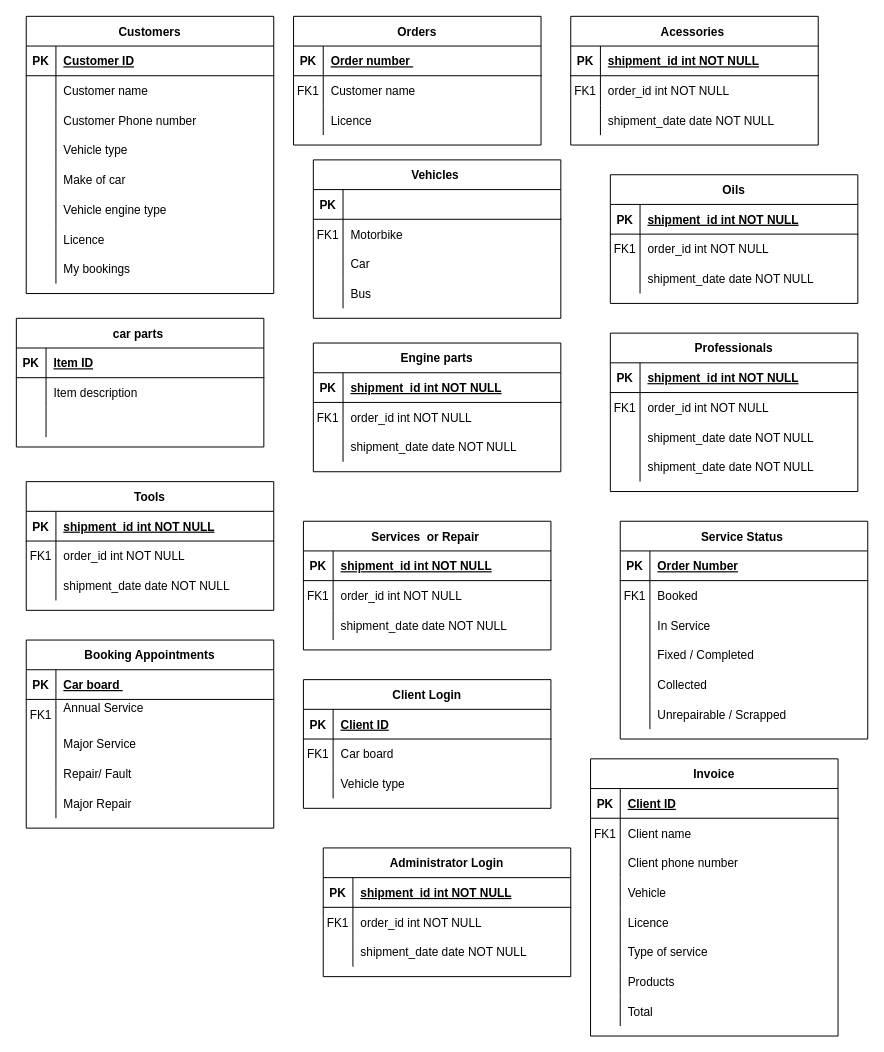
This is Untitled Diagram.drawio from PriFlores/Garage-Database-design-, a draw.io file, before an edit. Source tidied: cells renumbered, new cells numbered last; positions are measured from the earlier drawing's top-left corner, leaving out a move shared by most shapes. Both pictures are drawn from the tidied source at 99%, with x=0, y=0 at pixel (16, 16).
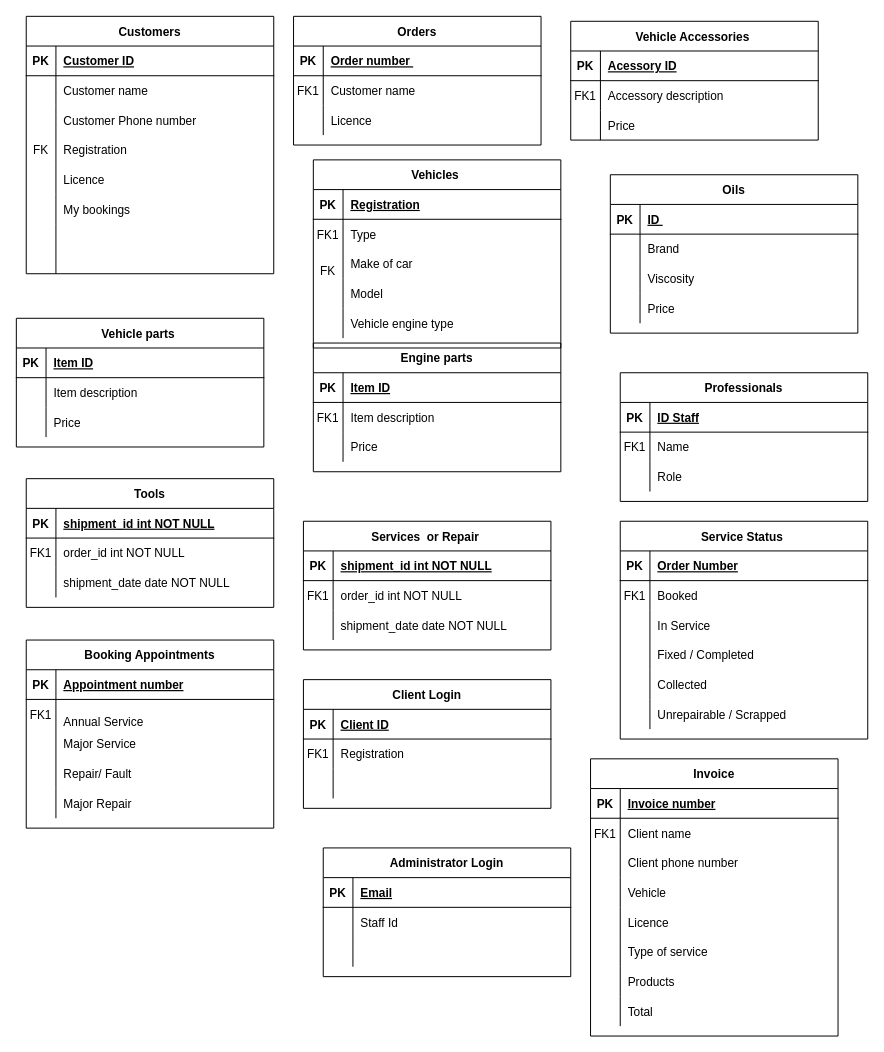
Above is the later version.

The change refers to these unchanged cells:
```xml
<mxCell id="19" style="shape=partialRectangle;fillColor=none;top=0;left=0;right=0;bottom=0;" parent="12" vertex="1">
<mxCell id="32" style="shape=partialRectangle;fillColor=none;top=0;left=0;right=0;bottom=0;" parent="22" vertex="1">
<mxCell id="35" style="shape=partialRectangle;fillColor=none;top=0;left=0;right=0;bottom=0;" parent="22" vertex="1">
<mxCell id="38" style="shape=partialRectangle;fillColor=none;top=0;left=0;right=0;bottom=0;" parent="22" vertex="1">
<mxCell id="41" style="shape=partialRectangle;fillColor=none;top=0;left=0;right=0;bottom=0;" parent="22" vertex="1">
<mxCell id="48" style="shape=partialRectangle;fillColor=none;top=0;left=0;right=0;bottom=1;" parent="47" vertex="1">
<mxCell id="51" style="shape=partialRectangle;fillColor=none;top=0;left=0;right=0;bottom=0;" parent="47" vertex="1">
<mxCell id="54" style="shape=partialRectangle;fillColor=none;top=0;left=0;right=0;bottom=0;" parent="47" vertex="1">
<mxCell id="68" style="shape=partialRectangle;fillColor=none;top=0;left=0;right=0;bottom=1;" parent="67" vertex="1">
<mxCell id="71" style="shape=partialRectangle;fillColor=none;top=0;left=0;right=0;bottom=0;" parent="67" vertex="1">
<mxCell id="74" style="shape=partialRectangle;fillColor=none;top=0;left=0;right=0;bottom=0;" parent="67" vertex="1">
<mxCell id="78" style="shape=partialRectangle;fillColor=none;top=0;left=0;right=0;bottom=1;" parent="77" vertex="1">
<mxCell id="81" style="shape=partialRectangle;fillColor=none;top=0;left=0;right=0;bottom=0;" parent="77" vertex="1">
<mxCell id="84" style="shape=partialRectangle;fillColor=none;top=0;left=0;right=0;bottom=0;" parent="77" vertex="1">
<mxCell id="98" style="shape=partialRectangle;fillColor=none;top=0;left=0;right=0;bottom=1;" parent="97" vertex="1">
<mxCell id="101" style="shape=partialRectangle;fillColor=none;top=0;left=0;right=0;bottom=0;" parent="97" vertex="1">
<mxCell id="104" style="shape=partialRectangle;fillColor=none;top=0;left=0;right=0;bottom=0;" parent="97" vertex="1">
<mxCell id="111" style="shape=partialRectangle;fillColor=none;top=0;left=0;right=0;bottom=1;" parent="110" vertex="1">
<mxCell id="114" style="shape=partialRectangle;fillColor=none;top=0;left=0;right=0;bottom=0;" parent="110" vertex="1">
<mxCell id="130" style="shape=partialRectangle;fillColor=none;top=0;left=0;right=0;bottom=0;" parent="126" vertex="1">
<mxCell id="133" style="shape=partialRectangle;fillColor=none;top=0;left=0;right=0;bottom=0;" parent="126" vertex="1">
<mxCell id="137" style="shape=partialRectangle;fillColor=none;top=0;left=0;right=0;bottom=1;" parent="136" vertex="1">
<mxCell id="140" style="shape=partialRectangle;fillColor=none;top=0;left=0;right=0;bottom=0;" parent="136" vertex="1">
<mxCell id="143" style="shape=partialRectangle;fillColor=none;top=0;left=0;right=0;bottom=0;" parent="136" vertex="1">
<mxCell id="147" style="shape=partialRectangle;fillColor=none;top=0;left=0;right=0;bottom=1;" parent="146" vertex="1">
<mxCell id="150" style="shape=partialRectangle;fillColor=none;top=0;left=0;right=0;bottom=0;" parent="146" vertex="1">
<mxCell id="153" style="shape=partialRectangle;fillColor=none;top=0;left=0;right=0;bottom=0;" parent="146" vertex="1">
<mxCell id="156" style="shape=partialRectangle;fillColor=none;top=0;left=0;right=0;bottom=0;" parent="146" vertex="1">
<mxCell id="179" style="shape=partialRectangle;fillColor=none;top=0;left=0;right=0;bottom=1;" parent="178" vertex="1">
```

The edit, as a diff of the source:
```diff
@@
-    <mxCell id="12" value="car parts " style="shape=table;startSize=30;childLayout=tableLayout;rowLines=0;fontStyle=1;align=center;" parent="1" vertex="1">
+    <mxCell id="12" value="Vehicle parts " style="shape=table;startSize=30;childLayout=tableLayout;rowLines=0;fontStyle=1;align=center;" parent="1" vertex="1">
       <mxGeometry y="305" width="250" height="130" as="geometry" />
     </mxCell>
@@
-    <mxCell id="21" style="shape=partialRectangle;overflow=hidden;fillColor=none;top=0;left=0;bottom=0;right=0;align=left;spacingLeft=6;" parent="19" vertex="1">
+    <mxCell id="21" value="Price" style="shape=partialRectangle;overflow=hidden;fillColor=none;top=0;left=0;bottom=0;right=0;align=left;spacingLeft=6;" parent="19" vertex="1">
       <mxGeometry x="30" width="220" height="30" as="geometry" />
     </mxCell>
     <mxCell id="22" value="Customers" style="shape=table;startSize=30;childLayout=tableLayout;rowLines=0;fontStyle=1;align=center;" parent="1" vertex="1">
-      <mxGeometry x="10" width="250" height="280" as="geometry" />
+      <mxGeometry x="10" width="250" height="260" as="geometry" />
     </mxCell>
@@
-    <mxCell id="33" style="shape=partialRectangle;overflow=hidden;fillColor=none;top=0;left=0;bottom=0;right=0;" parent="32" vertex="1">
+    <mxCell id="33" value="FK" style="shape=partialRectangle;overflow=hidden;fillColor=none;top=0;left=0;bottom=0;right=0;" parent="32" vertex="1">
       <mxGeometry width="30" height="30" as="geometry" />
     </mxCell>
-    <mxCell id="34" value="Vehicle type" style="shape=partialRectangle;overflow=hidden;fillColor=none;top=0;left=0;bottom=0;right=0;align=left;spacingLeft=6;" parent="32" vertex="1">
+    <mxCell id="34" value="Registration" style="shape=partialRectangle;overflow=hidden;fillColor=none;top=0;left=0;bottom=0;right=0;align=left;spacingLeft=6;" parent="32" vertex="1">
       <mxGeometry x="30" width="220" height="30" as="geometry" />
     </mxCell>
@@
-    <mxCell id="37" value="Make of car " style="shape=partialRectangle;overflow=hidden;fillColor=none;top=0;left=0;bottom=0;right=0;align=left;spacingLeft=6;" parent="35" vertex="1">
+    <mxCell id="37" value="Licence" style="shape=partialRectangle;overflow=hidden;fillColor=none;top=0;left=0;bottom=0;right=0;align=left;spacingLeft=6;" parent="35" vertex="1">
       <mxGeometry x="30" width="220" height="30" as="geometry" />
     </mxCell>
@@
-    <mxCell id="40" value="Vehicle engine type" style="shape=partialRectangle;overflow=hidden;fillColor=none;top=0;left=0;bottom=0;right=0;align=left;spacingLeft=6;" parent="38" vertex="1">
+    <mxCell id="40" value="My bookings " style="shape=partialRectangle;overflow=hidden;fillColor=none;top=0;left=0;bottom=0;right=0;align=left;spacingLeft=6;" parent="38" vertex="1">
       <mxGeometry x="30" width="220" height="30" as="geometry" />
     </mxCell>
@@
-    <mxCell id="43" value="Licence" style="shape=partialRectangle;overflow=hidden;fillColor=none;top=0;left=0;bottom=0;right=0;align=left;spacingLeft=6;" parent="41" vertex="1">
+    <mxCell id="43" style="shape=partialRectangle;overflow=hidden;fillColor=none;top=0;left=0;bottom=0;right=0;align=left;spacingLeft=6;" parent="41" vertex="1">
       <mxGeometry x="30" width="220" height="30" as="geometry" />
     </mxCell>
     <mxCell id="44" style="shape=partialRectangle;fillColor=none;top=0;left=0;right=0;bottom=0;" parent="22" vertex="1">
-      <mxGeometry y="240" width="250" height="30" as="geometry" />
+      <mxGeometry y="240" width="250" height="20" as="geometry" />
     </mxCell>
     <mxCell id="45" style="shape=partialRectangle;overflow=hidden;fillColor=none;top=0;left=0;bottom=0;right=0;" parent="44" vertex="1">
-      <mxGeometry width="30" height="30" as="geometry" />
+      <mxGeometry width="30" height="20" as="geometry" />
     </mxCell>
-    <mxCell id="46" value="My bookings " style="shape=partialRectangle;overflow=hidden;fillColor=none;top=0;left=0;bottom=0;right=0;align=left;spacingLeft=6;" parent="44" vertex="1">
-      <mxGeometry x="30" width="220" height="30" as="geometry" />
+    <mxCell id="46" style="shape=partialRectangle;overflow=hidden;fillColor=none;top=0;left=0;bottom=0;right=0;align=left;spacingLeft=6;" parent="44" vertex="1">
+      <mxGeometry x="30" width="220" height="20" as="geometry" />
     </mxCell>
-    <mxCell id="47" value="Acessories " style="shape=table;startSize=30;childLayout=tableLayout;rowLines=0;fontStyle=1;align=center;" parent="1" vertex="1">
-      <mxGeometry x="560" width="250" height="130" as="geometry" />
+    <mxCell id="47" value="Vehicle Accessories " style="shape=table;startSize=30;childLayout=tableLayout;rowLines=0;fontStyle=1;align=center;" parent="1" vertex="1">
+      <mxGeometry x="560" y="5" width="250" height="120" as="geometry" />
     </mxCell>
@@
-    <mxCell id="50" value="shipment_id int NOT NULL " style="shape=partialRectangle;overflow=hidden;fillColor=none;top=0;left=0;bottom=0;right=0;align=left;spacingLeft=6;fontStyle=5;" parent="48" vertex="1">
+    <mxCell id="50" value="Acessory ID" style="shape=partialRectangle;overflow=hidden;fillColor=none;top=0;left=0;bottom=0;right=0;align=left;spacingLeft=6;fontStyle=5;" parent="48" vertex="1">
       <mxGeometry x="30" width="220" height="30" as="geometry" />
     </mxCell>
@@
-    <mxCell id="53" value="order_id int NOT NULL" style="shape=partialRectangle;overflow=hidden;fillColor=none;top=0;left=0;bottom=0;right=0;align=left;spacingLeft=6;" parent="51" vertex="1">
+    <mxCell id="53" value="Accessory description" style="shape=partialRectangle;overflow=hidden;fillColor=none;top=0;left=0;bottom=0;right=0;align=left;spacingLeft=6;" parent="51" vertex="1">
       <mxGeometry x="30" width="220" height="30" as="geometry" />
     </mxCell>
@@
-    <mxCell id="56" value="shipment_date date NOT NULL" style="shape=partialRectangle;overflow=hidden;fillColor=none;top=0;left=0;bottom=0;right=0;align=left;spacingLeft=6;" parent="54" vertex="1">
+    <mxCell id="56" value="Price" style="shape=partialRectangle;overflow=hidden;fillColor=none;top=0;left=0;bottom=0;right=0;align=left;spacingLeft=6;" parent="54" vertex="1">
       <mxGeometry x="30" width="220" height="30" as="geometry" />
     </mxCell>
     <mxCell id="57" value="Tools" style="shape=table;startSize=30;childLayout=tableLayout;rowLines=0;fontStyle=1;align=center;" parent="1" vertex="1">
-      <mxGeometry x="10" y="470" width="250" height="130" as="geometry" />
+      <mxGeometry x="10" y="467" width="250" height="130" as="geometry" />
     </mxCell>
@@
     <mxCell id="67" value="Oils" style="shape=table;startSize=30;childLayout=tableLayout;rowLines=0;fontStyle=1;align=center;" parent="1" vertex="1">
-      <mxGeometry x="600" y="160" width="250" height="130" as="geometry" />
+      <mxGeometry x="600" y="160" width="250" height="160" as="geometry" />
     </mxCell>
@@
-    <mxCell id="70" value="shipment_id int NOT NULL " style="shape=partialRectangle;overflow=hidden;fillColor=none;top=0;left=0;bottom=0;right=0;align=left;spacingLeft=6;fontStyle=5;" parent="68" vertex="1">
+    <mxCell id="70" value="ID " style="shape=partialRectangle;overflow=hidden;fillColor=none;top=0;left=0;bottom=0;right=0;align=left;spacingLeft=6;fontStyle=5;" parent="68" vertex="1">
       <mxGeometry x="30" width="220" height="30" as="geometry" />
     </mxCell>
@@
-    <mxCell id="72" value="FK1" style="shape=partialRectangle;overflow=hidden;fillColor=none;top=0;left=0;bottom=0;right=0;" parent="71" vertex="1">
+    <mxCell id="72" style="shape=partialRectangle;overflow=hidden;fillColor=none;top=0;left=0;bottom=0;right=0;" parent="71" vertex="1">
       <mxGeometry width="30" height="30" as="geometry" />
     </mxCell>
-    <mxCell id="73" value="order_id int NOT NULL" style="shape=partialRectangle;overflow=hidden;fillColor=none;top=0;left=0;bottom=0;right=0;align=left;spacingLeft=6;" parent="71" vertex="1">
+    <mxCell id="73" value="Brand " style="shape=partialRectangle;overflow=hidden;fillColor=none;top=0;left=0;bottom=0;right=0;align=left;spacingLeft=6;" parent="71" vertex="1">
       <mxGeometry x="30" width="220" height="30" as="geometry" />
     </mxCell>
@@
-    <mxCell id="76" value="shipment_date date NOT NULL" style="shape=partialRectangle;overflow=hidden;fillColor=none;top=0;left=0;bottom=0;right=0;align=left;spacingLeft=6;" parent="74" vertex="1">
+    <mxCell id="76" value="Viscosity" style="shape=partialRectangle;overflow=hidden;fillColor=none;top=0;left=0;bottom=0;right=0;align=left;spacingLeft=6;" parent="74" vertex="1">
       <mxGeometry x="30" width="220" height="30" as="geometry" />
     </mxCell>
+    <mxCell id="107" style="shape=partialRectangle;fillColor=none;top=0;left=0;right=0;bottom=0;" parent="67" vertex="1">
+      <mxGeometry y="120" width="250" height="30" as="geometry" />
+    </mxCell>
+    <mxCell id="203" style="shape=partialRectangle;overflow=hidden;fillColor=none;top=0;left=0;bottom=0;right=0;" parent="107" vertex="1">
+      <mxGeometry width="30" height="30" as="geometry" />
+    </mxCell>
+    <mxCell id="204" value="Price" style="shape=partialRectangle;overflow=hidden;fillColor=none;top=0;left=0;bottom=0;right=0;align=left;spacingLeft=6;" parent="107" vertex="1">
+      <mxGeometry x="30" width="220" height="30" as="geometry" />
+    </mxCell>
@@
-    <mxCell id="80" value="shipment_id int NOT NULL " style="shape=partialRectangle;overflow=hidden;fillColor=none;top=0;left=0;bottom=0;right=0;align=left;spacingLeft=6;fontStyle=5;" parent="78" vertex="1">
+    <mxCell id="80" value="Item ID" style="shape=partialRectangle;overflow=hidden;fillColor=none;top=0;left=0;bottom=0;right=0;align=left;spacingLeft=6;fontStyle=5;" parent="78" vertex="1">
       <mxGeometry x="30" width="220" height="30" as="geometry" />
     </mxCell>
@@
-    <mxCell id="83" value="order_id int NOT NULL" style="shape=partialRectangle;overflow=hidden;fillColor=none;top=0;left=0;bottom=0;right=0;align=left;spacingLeft=6;" parent="81" vertex="1">
+    <mxCell id="83" value="Item description" style="shape=partialRectangle;overflow=hidden;fillColor=none;top=0;left=0;bottom=0;right=0;align=left;spacingLeft=6;" parent="81" vertex="1">
       <mxGeometry x="30" width="220" height="30" as="geometry" />
     </mxCell>
@@
-    <mxCell id="86" value="shipment_date date NOT NULL" style="shape=partialRectangle;overflow=hidden;fillColor=none;top=0;left=0;bottom=0;right=0;align=left;spacingLeft=6;" parent="84" vertex="1">
+    <mxCell id="86" value="Price" style="shape=partialRectangle;overflow=hidden;fillColor=none;top=0;left=0;bottom=0;right=0;align=left;spacingLeft=6;" parent="84" vertex="1">
       <mxGeometry x="30" width="220" height="30" as="geometry" />
     </mxCell>
@@
     <mxCell id="97" value="Professionals" style="shape=table;startSize=30;childLayout=tableLayout;rowLines=0;fontStyle=1;align=center;" parent="1" vertex="1">
-      <mxGeometry x="600" y="320" width="250" height="160" as="geometry" />
+      <mxGeometry x="610" y="360" width="250" height="130" as="geometry" />
     </mxCell>
@@
-    <mxCell id="100" value="shipment_id int NOT NULL " style="shape=partialRectangle;overflow=hidden;fillColor=none;top=0;left=0;bottom=0;right=0;align=left;spacingLeft=6;fontStyle=5;" parent="98" vertex="1">
+    <mxCell id="100" value="ID Staff" style="shape=partialRectangle;overflow=hidden;fillColor=none;top=0;left=0;bottom=0;right=0;align=left;spacingLeft=6;fontStyle=5;" parent="98" vertex="1">
       <mxGeometry x="30" width="220" height="30" as="geometry" />
     </mxCell>
@@
-    <mxCell id="103" value="order_id int NOT NULL" style="shape=partialRectangle;overflow=hidden;fillColor=none;top=0;left=0;bottom=0;right=0;align=left;spacingLeft=6;" parent="101" vertex="1">
+    <mxCell id="103" value="Name" style="shape=partialRectangle;overflow=hidden;fillColor=none;top=0;left=0;bottom=0;right=0;align=left;spacingLeft=6;" parent="101" vertex="1">
       <mxGeometry x="30" width="220" height="30" as="geometry" />
     </mxCell>
@@
-    <mxCell id="106" value="shipment_date date NOT NULL" style="shape=partialRectangle;overflow=hidden;fillColor=none;top=0;left=0;bottom=0;right=0;align=left;spacingLeft=6;" parent="104" vertex="1">
+    <mxCell id="106" value="Role" style="shape=partialRectangle;overflow=hidden;fillColor=none;top=0;left=0;bottom=0;right=0;align=left;spacingLeft=6;" parent="104" vertex="1">
       <mxGeometry x="30" width="220" height="30" as="geometry" />
     </mxCell>
-    <mxCell id="107" style="shape=partialRectangle;fillColor=none;top=0;left=0;right=0;bottom=0;" parent="97" vertex="1">
-      <mxGeometry y="120" width="250" height="30" as="geometry" />
-    </mxCell>
-    <mxCell id="108" style="shape=partialRectangle;overflow=hidden;fillColor=none;top=0;left=0;bottom=0;right=0;" parent="107" vertex="1">
-      <mxGeometry width="30" height="30" as="geometry" />
-    </mxCell>
-    <mxCell id="109" value="shipment_date date NOT NULL" style="shape=partialRectangle;overflow=hidden;fillColor=none;top=0;left=0;bottom=0;right=0;align=left;spacingLeft=6;" parent="107" vertex="1">
-      <mxGeometry x="30" width="220" height="30" as="geometry" />
-    </mxCell>
@@
-    <mxCell id="113" value="Car board " style="shape=partialRectangle;overflow=hidden;fillColor=none;top=0;left=0;bottom=0;right=0;align=left;spacingLeft=6;fontStyle=5;" parent="111" vertex="1">
+    <mxCell id="113" value="Appointment number" style="shape=partialRectangle;overflow=hidden;fillColor=none;top=0;left=0;bottom=0;right=0;align=left;spacingLeft=6;fontStyle=5;" parent="111" vertex="1">
       <mxGeometry x="30" width="220" height="30" as="geometry" />
     </mxCell>
@@
-    <mxCell id="116" value="Annual Service &#10;" style="shape=partialRectangle;overflow=hidden;fillColor=none;top=0;left=0;bottom=0;right=0;align=left;spacingLeft=6;" parent="114" vertex="1">
+    <mxCell id="116" value="&#10;Annual Service &#10;" style="shape=partialRectangle;overflow=hidden;fillColor=none;top=0;left=0;bottom=0;right=0;align=left;spacingLeft=6;" parent="114" vertex="1">
       <mxGeometry x="30" width="220" height="30" as="geometry" />
     </mxCell>
@@
-    <mxCell id="132" value="Car board " style="shape=partialRectangle;overflow=hidden;fillColor=none;top=0;left=0;bottom=0;right=0;align=left;spacingLeft=6;" parent="130" vertex="1">
+    <mxCell id="132" value="Registration" style="shape=partialRectangle;overflow=hidden;fillColor=none;top=0;left=0;bottom=0;right=0;align=left;spacingLeft=6;" parent="130" vertex="1">
       <mxGeometry x="30" width="220" height="30" as="geometry" />
     </mxCell>
@@
-    <mxCell id="135" value="Vehicle type" style="shape=partialRectangle;overflow=hidden;fillColor=none;top=0;left=0;bottom=0;right=0;align=left;spacingLeft=6;" parent="133" vertex="1">
+    <mxCell id="135" style="shape=partialRectangle;overflow=hidden;fillColor=none;top=0;left=0;bottom=0;right=0;align=left;spacingLeft=6;" parent="133" vertex="1">
       <mxGeometry x="30" width="220" height="30" as="geometry" />
     </mxCell>
@@
-    <mxCell id="139" value="shipment_id int NOT NULL " style="shape=partialRectangle;overflow=hidden;fillColor=none;top=0;left=0;bottom=0;right=0;align=left;spacingLeft=6;fontStyle=5;" parent="137" vertex="1">
+    <mxCell id="139" value="Email" style="shape=partialRectangle;overflow=hidden;fillColor=none;top=0;left=0;bottom=0;right=0;align=left;spacingLeft=6;fontStyle=5;" parent="137" vertex="1">
       <mxGeometry x="30" width="220" height="30" as="geometry" />
     </mxCell>
@@
-    <mxCell id="141" value="FK1" style="shape=partialRectangle;overflow=hidden;fillColor=none;top=0;left=0;bottom=0;right=0;" parent="140" vertex="1">
+    <mxCell id="141" style="shape=partialRectangle;overflow=hidden;fillColor=none;top=0;left=0;bottom=0;right=0;" parent="140" vertex="1">
       <mxGeometry width="30" height="30" as="geometry" />
     </mxCell>
-    <mxCell id="142" value="order_id int NOT NULL" style="shape=partialRectangle;overflow=hidden;fillColor=none;top=0;left=0;bottom=0;right=0;align=left;spacingLeft=6;" parent="140" vertex="1">
+    <mxCell id="142" value="Staff Id" style="shape=partialRectangle;overflow=hidden;fillColor=none;top=0;left=0;bottom=0;right=0;align=left;spacingLeft=6;" parent="140" vertex="1">
       <mxGeometry x="30" width="220" height="30" as="geometry" />
     </mxCell>
@@
-    <mxCell id="145" value="shipment_date date NOT NULL" style="shape=partialRectangle;overflow=hidden;fillColor=none;top=0;left=0;bottom=0;right=0;align=left;spacingLeft=6;" parent="143" vertex="1">
+    <mxCell id="145" style="shape=partialRectangle;overflow=hidden;fillColor=none;top=0;left=0;bottom=0;right=0;align=left;spacingLeft=6;" parent="143" vertex="1">
       <mxGeometry x="30" width="220" height="30" as="geometry" />
     </mxCell>
     <mxCell id="146" value="Vehicles " style="shape=table;startSize=30;childLayout=tableLayout;rowLines=0;fontStyle=1;align=center;" parent="1" vertex="1">
-      <mxGeometry x="300" y="145" width="250" height="160" as="geometry" />
+      <mxGeometry x="300" y="145" width="250" height="190" as="geometry" />
     </mxCell>
@@
-    <mxCell id="149" style="shape=partialRectangle;overflow=hidden;fillColor=none;top=0;left=0;bottom=0;right=0;align=left;spacingLeft=6;fontStyle=5;" parent="147" vertex="1">
+    <mxCell id="149" value="Registration" style="shape=partialRectangle;overflow=hidden;fillColor=none;top=0;left=0;bottom=0;right=0;align=left;spacingLeft=6;fontStyle=5;" parent="147" vertex="1">
       <mxGeometry x="30" width="220" height="30" as="geometry" />
     </mxCell>
@@
-    <mxCell id="152" value="Motorbike " style="shape=partialRectangle;overflow=hidden;fillColor=none;top=0;left=0;bottom=0;right=0;align=left;spacingLeft=6;" parent="150" vertex="1">
+    <mxCell id="152" value="Type " style="shape=partialRectangle;overflow=hidden;fillColor=none;top=0;left=0;bottom=0;right=0;align=left;spacingLeft=6;" parent="150" vertex="1">
       <mxGeometry x="30" width="220" height="30" as="geometry" />
     </mxCell>
@@
-    <mxCell id="154" style="shape=partialRectangle;overflow=hidden;fillColor=none;top=0;left=0;bottom=0;right=0;" parent="153" vertex="1">
+    <mxCell id="154" value="&#10;FK" style="shape=partialRectangle;overflow=hidden;fillColor=none;top=0;left=0;bottom=0;right=0;" parent="153" vertex="1">
       <mxGeometry width="30" height="30" as="geometry" />
     </mxCell>
-    <mxCell id="155" value="Car" style="shape=partialRectangle;overflow=hidden;fillColor=none;top=0;left=0;bottom=0;right=0;align=left;spacingLeft=6;" parent="153" vertex="1">
+    <mxCell id="155" value="Make of car " style="shape=partialRectangle;overflow=hidden;fillColor=none;top=0;left=0;bottom=0;right=0;align=left;spacingLeft=6;" parent="153" vertex="1">
       <mxGeometry x="30" width="220" height="30" as="geometry" />
     </mxCell>
@@
-    <mxCell id="158" value="Bus " style="shape=partialRectangle;overflow=hidden;fillColor=none;top=0;left=0;bottom=0;right=0;align=left;spacingLeft=6;" parent="156" vertex="1">
+    <mxCell id="158" value="Model" style="shape=partialRectangle;overflow=hidden;fillColor=none;top=0;left=0;bottom=0;right=0;align=left;spacingLeft=6;" parent="156" vertex="1">
       <mxGeometry x="30" width="220" height="30" as="geometry" />
     </mxCell>
+    <mxCell id="205" style="shape=partialRectangle;fillColor=none;top=0;left=0;right=0;bottom=0;" parent="146" vertex="1">
+      <mxGeometry y="150" width="250" height="30" as="geometry" />
+    </mxCell>
+    <mxCell id="206" style="shape=partialRectangle;overflow=hidden;fillColor=none;top=0;left=0;bottom=0;right=0;" parent="205" vertex="1">
+      <mxGeometry width="30" height="30" as="geometry" />
+    </mxCell>
+    <mxCell id="207" value="Vehicle engine type" style="shape=partialRectangle;overflow=hidden;fillColor=none;top=0;left=0;bottom=0;right=0;align=left;spacingLeft=6;" parent="205" vertex="1">
+      <mxGeometry x="30" width="220" height="30" as="geometry" />
+    </mxCell>
@@
-    <mxCell id="181" value="Client ID" style="shape=partialRectangle;overflow=hidden;fillColor=none;top=0;left=0;bottom=0;right=0;align=left;spacingLeft=6;fontStyle=5;" parent="179" vertex="1">
+    <mxCell id="181" value="Invoice number" style="shape=partialRectangle;overflow=hidden;fillColor=none;top=0;left=0;bottom=0;right=0;align=left;spacingLeft=6;fontStyle=5;" parent="179" vertex="1">
       <mxGeometry x="30" width="220" height="30" as="geometry" />
     </mxCell>
```
